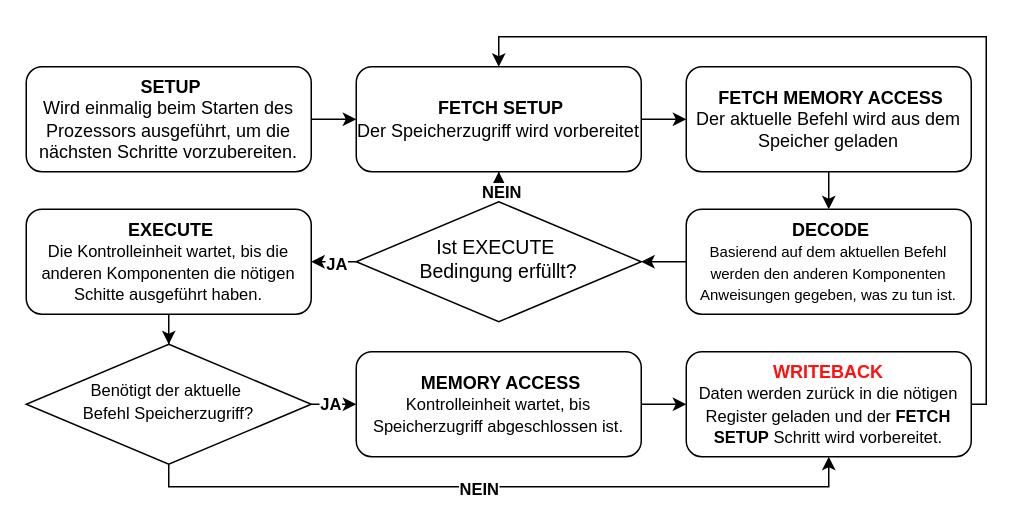
Above: docs/Presantations/Untitled Diagram.drawio in Sanotsch2003/MiPro-XG-V1 (draw.io), before the change. Source tidied: cells renumbered, new cells numbered last; positions are measured from the earlier drawing's top-left corner, leaving out a move shared by most shapes. Both pictures are drawn from the tidied source at 150%, with x=0, y=0 at pixel (26, 36).
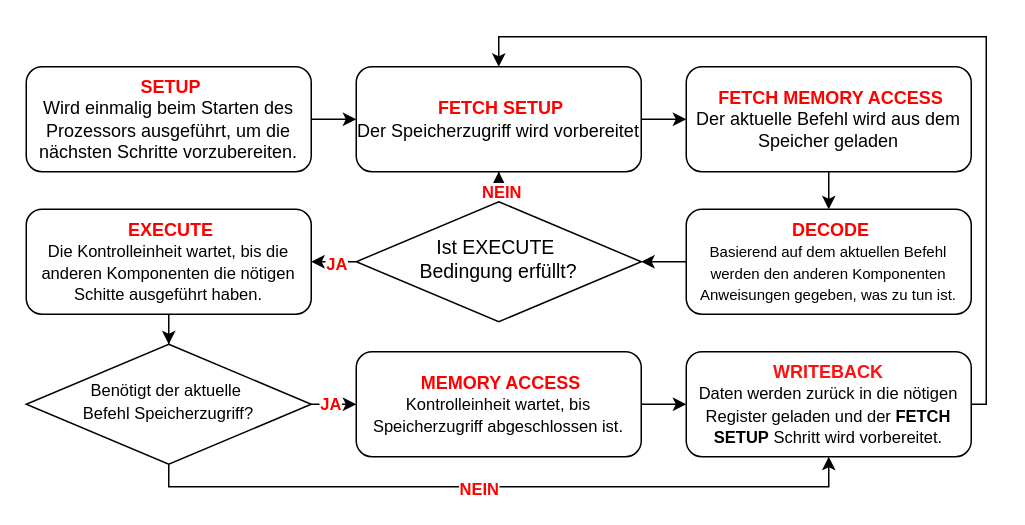
After the change.

Commit message:
updated control unit state machine diagram

Unchanged cells that the change refers to:
```xml
<mxCell id="4" style="edgeStyle=orthogonalEdgeStyle;rounded=0;jettySize=auto;html=1;exitX=1;exitY=0.5;exitDx=0;exitDy=0;entryX=0;entryY=0.5;entryDx=0;entryDy=0;fontStyle=1;" parent="1" edge="1" source="8" target="18">
  <mxGeometry relative="1" as="geometry" />
</mxCell>
<mxCell id="6" style="edgeStyle=orthogonalEdgeStyle;rounded=0;jettySize=auto;html=1;entryX=0.5;entryY=1;entryDx=0;entryDy=0;" parent="1" edge="1" source="8" target="20">
  <mxGeometry relative="1" as="geometry">
    <Array as="points">
      <mxPoint x="95" y="300" />
      <mxPoint x="535" y="300" />
    </Array>
  </mxGeometry>
</mxCell>
<mxCell id="21" style="edgeStyle=orthogonalEdgeStyle;rounded=0;jettySize=auto;html=1;exitX=0;exitY=0.5;exitDx=0;exitDy=0;entryX=1;entryY=0.5;entryDx=0;entryDy=0;" parent="1" edge="1" source="25" target="16">
  <mxGeometry relative="1" as="geometry" />
</mxCell>
<mxCell id="23" style="edgeStyle=orthogonalEdgeStyle;rounded=0;jettySize=auto;html=1;entryX=0.5;entryY=1;entryDx=0;entryDy=0;" parent="1" edge="1" source="25" target="10">
  <mxGeometry relative="1" as="geometry" />
</mxCell>
```

Diff of the diagram source:
```diff
@@
-    <mxCell id="3" value="&lt;b&gt;&lt;font style=&quot;color: light-dark(rgb(0, 0, 0), rgb(255, 0, 0));&quot;&gt;&amp;nbsp;SETUP&lt;/font&gt;&lt;/b&gt;&lt;div&gt;Wird einmalig beim Starten des Prozessors ausgeführt, um die nächsten Schritte vorzubereiten.&lt;/div&gt;" style="rounded=1;whiteSpace=wrap;html=1;fontSize=12;glass=0;strokeWidth=1;shadow=0;" parent="1" vertex="1">
+    <mxCell id="3" value="&lt;b&gt;&lt;font style=&quot;color: light-dark(rgb(0, 0, 0), rgb(255, 0, 0));&quot;&gt;&amp;nbsp;&lt;/font&gt;&lt;font style=&quot;color: light-dark(rgb(255, 0, 0), rgb(255, 0, 0));&quot;&gt;SETUP&lt;/font&gt;&lt;/b&gt;&lt;div&gt;Wird einmalig beim Starten des Prozessors ausgeführt, um die nächsten Schritte vorzubereiten.&lt;/div&gt;" style="rounded=1;whiteSpace=wrap;html=1;fontSize=12;glass=0;strokeWidth=1;shadow=0;" parent="1" vertex="1">
       <mxGeometry y="20" width="190" height="70" as="geometry" />
     </mxCell>
@@
-    <mxCell id="5" value="&lt;b&gt;&lt;font style=&quot;color: light-dark(rgb(0, 0, 0), rgb(255, 0, 0));&quot;&gt;JA&lt;/font&gt;&lt;/b&gt;" style="edgeLabel;html=1;align=center;verticalAlign=middle;" parent="4" vertex="1">
+    <mxCell id="5" value="&lt;b&gt;&lt;font style=&quot;color: light-dark(rgb(255, 0, 0), rgb(255, 0, 0));&quot;&gt;JA&lt;/font&gt;&lt;/b&gt;" style="edgeLabel;html=1;align=center;verticalAlign=middle;" parent="4" vertex="1">
       <mxGeometry x="-0.17" y="1" relative="1" as="geometry" />
     </mxCell>
@@
-    <mxCell id="7" value="&lt;b&gt;&lt;font style=&quot;color: light-dark(rgb(0, 0, 0), rgb(255, 0, 0));&quot;&gt;NEIN&lt;/font&gt;&lt;/b&gt;" style="edgeLabel;html=1;align=center;verticalAlign=middle;" parent="6" vertex="1">
+    <mxCell id="7" value="&lt;b&gt;&lt;font style=&quot;color: light-dark(rgb(255, 0, 0), rgb(255, 0, 0));&quot;&gt;NEIN&lt;/font&gt;&lt;/b&gt;" style="edgeLabel;html=1;align=center;verticalAlign=middle;" parent="6" vertex="1">
       <mxGeometry x="-0.07" y="-1" relative="1" as="geometry" />
     </mxCell>
@@
-    <mxCell id="10" value="&lt;b&gt;&lt;font style=&quot;color: light-dark(rgb(0, 0, 0), rgb(255, 0, 0));&quot;&gt;&amp;nbsp;FETCH SETUP&lt;/font&gt;&lt;/b&gt;&lt;div&gt;Der Speicherzugriff wird vorbereitet&lt;/div&gt;" style="rounded=1;whiteSpace=wrap;html=1;fontSize=12;glass=0;strokeWidth=1;shadow=0;" parent="1" vertex="1">
+    <mxCell id="10" value="&lt;b&gt;&lt;font style=&quot;color: rgb(255, 0, 0);&quot;&gt;&amp;nbsp;FETCH SETUP&lt;/font&gt;&lt;/b&gt;&lt;div&gt;Der Speicherzugriff wird vorbereitet&lt;/div&gt;" style="rounded=1;whiteSpace=wrap;html=1;fontSize=12;glass=0;strokeWidth=1;shadow=0;" parent="1" vertex="1">
       <mxGeometry x="220" y="20" width="190" height="70" as="geometry" />
     </mxCell>
@@
-    <mxCell id="12" value="&lt;b&gt;&lt;font style=&quot;color: light-dark(rgb(0, 0, 0), rgb(255, 0, 0));&quot;&gt;&amp;nbsp;FETCH MEMORY ACCESS&lt;/font&gt;&lt;/b&gt;&lt;div&gt;Der aktuelle Befehl wird aus dem Speicher geladen&lt;/div&gt;" style="rounded=1;whiteSpace=wrap;html=1;fontSize=12;glass=0;strokeWidth=1;shadow=0;" parent="1" vertex="1">
+    <mxCell id="12" value="&lt;b&gt;&lt;font style=&quot;color: rgb(255, 0, 0);&quot;&gt;&amp;nbsp;FETCH MEMORY ACCESS&lt;/font&gt;&lt;/b&gt;&lt;div&gt;Der aktuelle Befehl wird aus dem Speicher geladen&lt;/div&gt;" style="rounded=1;whiteSpace=wrap;html=1;fontSize=12;glass=0;strokeWidth=1;shadow=0;" parent="1" vertex="1">
       <mxGeometry x="440" y="20" width="190" height="70" as="geometry" />
     </mxCell>
@@
-    <mxCell id="14" value="&lt;b&gt;&lt;font style=&quot;color: light-dark(rgb(0, 0, 0), rgb(255, 0, 0));&quot;&gt;&amp;nbsp;DECODE&lt;/font&gt;&lt;/b&gt;&lt;div&gt;&lt;font style=&quot;font-size: 10px;&quot;&gt;Basierend auf dem aktuellen Befehl werden den anderen Komponenten Anweisungen gegeben, was zu tun ist.&lt;/font&gt;&lt;/div&gt;" style="rounded=1;whiteSpace=wrap;html=1;fontSize=12;glass=0;strokeWidth=1;shadow=0;" parent="1" vertex="1">
+    <mxCell id="14" value="&lt;b&gt;&lt;font style=&quot;color: light-dark(rgb(0, 0, 0), rgb(255, 0, 0));&quot;&gt;&amp;nbsp;&lt;/font&gt;&lt;font style=&quot;color: light-dark(rgb(255, 0, 0), rgb(255, 0, 0));&quot;&gt;DECODE&lt;/font&gt;&lt;/b&gt;&lt;div&gt;&lt;font style=&quot;font-size: 10px;&quot;&gt;Basierend auf dem aktuellen Befehl werden den anderen Komponenten Anweisungen gegeben, was zu tun ist.&lt;/font&gt;&lt;/div&gt;" style="rounded=1;whiteSpace=wrap;html=1;fontSize=12;glass=0;strokeWidth=1;shadow=0;" parent="1" vertex="1">
       <mxGeometry x="440" y="115" width="190" height="70" as="geometry" />
     </mxCell>
@@
-    <mxCell id="16" value="&lt;b&gt;&lt;font style=&quot;color: light-dark(rgb(0, 0, 0), rgb(255, 17, 17));&quot;&gt;&amp;nbsp;&lt;/font&gt;&lt;font style=&quot;color: light-dark(rgb(0, 0, 0), rgb(255, 0, 0));&quot;&gt;EXECUTE&lt;/font&gt;&lt;/b&gt;&lt;div&gt;&lt;font style=&quot;font-size: 11px;&quot;&gt;Die Kontrolleinheit wartet, bis die anderen Komponenten die nötigen Schitte ausgeführt haben.&lt;/font&gt;&lt;/div&gt;" style="rounded=1;whiteSpace=wrap;html=1;fontSize=12;glass=0;strokeWidth=1;shadow=0;" parent="1" vertex="1">
+    <mxCell id="16" value="&lt;b&gt;&lt;font style=&quot;color: light-dark(rgb(0, 0, 0), rgb(255, 17, 17));&quot;&gt;&amp;nbsp;&lt;/font&gt;&lt;font style=&quot;color: light-dark(rgb(255, 0, 0), rgb(255, 0, 0));&quot;&gt;EXECUTE&lt;/font&gt;&lt;/b&gt;&lt;div&gt;&lt;font style=&quot;font-size: 11px;&quot;&gt;Die Kontrolleinheit wartet, bis die anderen Komponenten die nötigen Schitte ausgeführt haben.&lt;/font&gt;&lt;/div&gt;" style="rounded=1;whiteSpace=wrap;html=1;fontSize=12;glass=0;strokeWidth=1;shadow=0;" parent="1" vertex="1">
       <mxGeometry y="115" width="190" height="70" as="geometry" />
     </mxCell>
@@
-    <mxCell id="18" value="&lt;b&gt;&lt;font style=&quot;color: light-dark(rgb(0, 0, 0), rgb(255, 0, 0));&quot;&gt;&amp;nbsp;MEMORY ACCESS&lt;/font&gt;&lt;/b&gt;&lt;div&gt;&lt;font style=&quot;font-size: 11px;&quot;&gt;Kontrolleinheit wartet, bis Speicherzugriff abgeschlossen ist.&lt;/font&gt;&lt;/div&gt;" style="rounded=1;whiteSpace=wrap;html=1;fontSize=12;glass=0;strokeWidth=1;shadow=0;" parent="1" vertex="1">
+    <mxCell id="18" value="&lt;b&gt;&lt;font style=&quot;color: rgb(255, 0, 0);&quot;&gt;&amp;nbsp;MEMORY ACCESS&lt;/font&gt;&lt;/b&gt;&lt;div&gt;&lt;font style=&quot;font-size: 11px;&quot;&gt;Kontrolleinheit wartet, bis Speicherzugriff abgeschlossen ist.&lt;/font&gt;&lt;/div&gt;" style="rounded=1;whiteSpace=wrap;html=1;fontSize=12;glass=0;strokeWidth=1;shadow=0;" parent="1" vertex="1">
       <mxGeometry x="220" y="210" width="190" height="70" as="geometry" />
     </mxCell>
@@
-    <mxCell id="22" value="&lt;b&gt;&lt;font style=&quot;color: light-dark(rgb(0, 0, 0), rgb(255, 0, 0));&quot;&gt;JA&lt;/font&gt;&lt;/b&gt;" style="edgeLabel;html=1;align=center;verticalAlign=middle;" parent="21" vertex="1">
+    <mxCell id="22" value="&lt;b&gt;&lt;font style=&quot;color: light-dark(rgb(255, 0, 0), rgb(255, 0, 0));&quot;&gt;JA&lt;/font&gt;&lt;/b&gt;" style="edgeLabel;html=1;align=center;verticalAlign=middle;" parent="21" vertex="1">
       <mxGeometry x="-0.09" y="1" relative="1" as="geometry" />
     </mxCell>
@@
-    <mxCell id="24" value="&lt;b&gt;&lt;font style=&quot;color: light-dark(rgb(0, 0, 0), rgb(255, 0, 0));&quot;&gt;NEIN&lt;/font&gt;&lt;/b&gt;" style="edgeLabel;html=1;align=center;verticalAlign=middle;" parent="23" vertex="1">
+    <mxCell id="24" value="&lt;b&gt;&lt;font style=&quot;color: light-dark(rgb(255, 0, 0), rgb(255, 0, 0));&quot;&gt;NEIN&lt;/font&gt;&lt;/b&gt;" style="edgeLabel;html=1;align=center;verticalAlign=middle;" parent="23" vertex="1">
       <mxGeometry x="0.57" y="-1" relative="1" as="geometry" />
     </mxCell>
```
